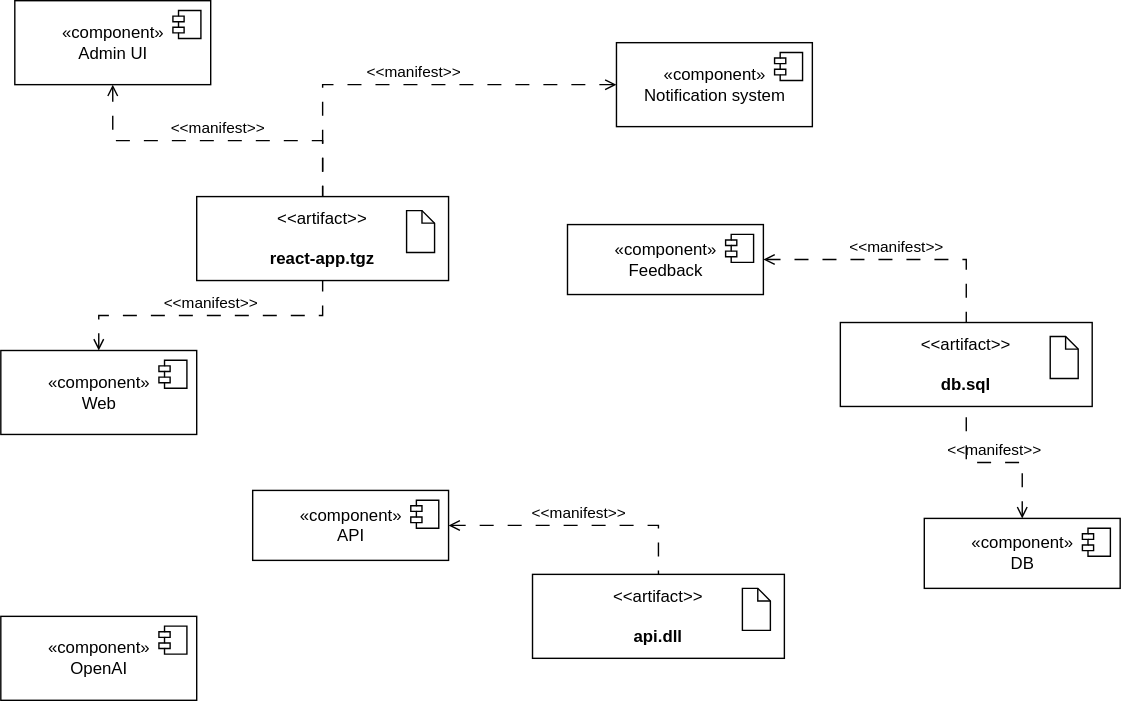
The draw.io diagram lab2diags/PhysicalView/artifact-component.drawio.svg in piatrashkakanstantinass/psi2, before a commit. Source tidied: cells renumbered, new cells last; positions are measured from the earlier drawing's top-left corner, leaving out a move shared by most shapes.
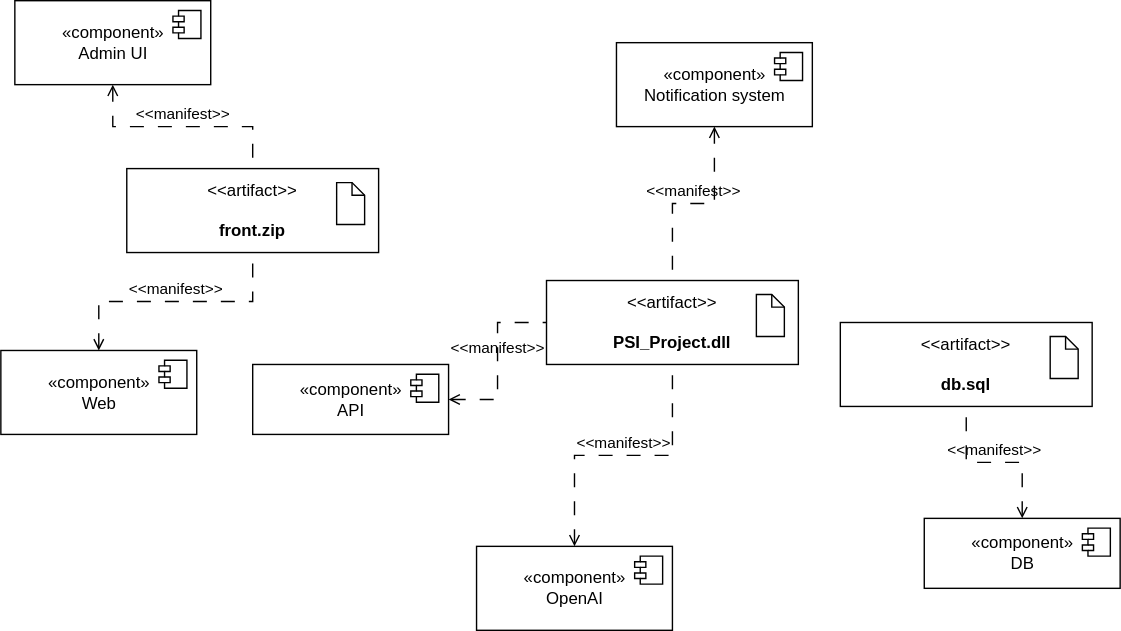
Above is the later version.

Commit message:
updated diagrams, fixed mistakes

What changed in the source:
```diff
@@ -2,127 +2,116 @@
   <root>
     <mxCell id="0" />
     <mxCell id="1" parent="0" />
-    <mxCell id="2" style="group;" parent="1" vertex="1">
-      <mxGeometry x="140" y="140" width="180" height="60" as="geometry" />
-    </mxCell>
-    <mxCell id="3" value="&amp;lt;&amp;lt;artifact&amp;gt;&amp;gt;&lt;br&gt;&lt;br&gt;&lt;b&gt;react-app.tgz&lt;/b&gt;" style="html=1;align=center;verticalAlign=middle;dashed=0;whiteSpace=wrap;" parent="2" vertex="1">
-      <mxGeometry width="180" height="60" as="geometry" />
-    </mxCell>
-    <mxCell id="4" style="shape=note2;size=9;html=1;" parent="2" vertex="1">
-      <mxGeometry x="150" y="10" width="20" height="30" as="geometry" />
-    </mxCell>
+    <mxCell id="38" style="group;" parent="1" vertex="1">
+      <mxGeometry x="90" y="120" width="180" height="60" as="geometry" />
+    </mxCell>
+    <mxCell id="39" value="&amp;lt;&amp;lt;artifact&amp;gt;&amp;gt;&lt;br&gt;&lt;br&gt;&lt;b&gt;front.zip&lt;/b&gt;" style="html=1;align=center;verticalAlign=middle;dashed=0;whiteSpace=wrap;" parent="38" vertex="1">
+      <mxGeometry width="180" height="60" as="geometry" />
+    </mxCell>
+    <mxCell id="40" style="shape=note2;size=9;html=1;" parent="38" vertex="1">
+      <mxGeometry x="150" y="10" width="20" height="30" as="geometry" />
+    </mxCell>
     <mxCell id="5" style="group;" parent="1" vertex="1">
       <mxGeometry x="600" y="230" width="180" height="60" as="geometry" />
     </mxCell>
     <mxCell id="6" value="&amp;lt;&amp;lt;artifact&amp;gt;&amp;gt;&lt;br&gt;&lt;br&gt;&lt;b&gt;db.sql&lt;/b&gt;" style="html=1;align=center;verticalAlign=middle;dashed=0;whiteSpace=wrap;" parent="5" vertex="1">
       <mxGeometry width="180" height="60" as="geometry" />
     </mxCell>
-    <mxCell id="7" style="shape=note2;size=9;html=1;" parent="5" vertex="1">
-      <mxGeometry x="150" y="10" width="20" height="30" as="geometry" />
-    </mxCell>
-    <mxCell id="8" style="group;" parent="1" vertex="1">
-      <mxGeometry x="380" y="410" width="180" height="60" as="geometry" />
-    </mxCell>
-    <mxCell id="9" value="&amp;lt;&amp;lt;artifact&amp;gt;&amp;gt;&lt;br&gt;&lt;br&gt;&lt;b&gt;api.dll&lt;/b&gt;" style="html=1;align=center;verticalAlign=middle;dashed=0;whiteSpace=wrap;" parent="8" vertex="1">
-      <mxGeometry width="180" height="60" as="geometry" />
-    </mxCell>
-    <mxCell id="10" style="shape=note2;size=9;html=1;" parent="8" vertex="1">
-      <mxGeometry x="150" y="10" width="20" height="30" as="geometry" />
-    </mxCell>
-    <mxCell id="11" value="&amp;lt;&amp;lt;manifest&amp;gt;&amp;gt;" style="endArrow=none;startArrow=open;endFill=0;startFill=0;endSize=8;html=1;verticalAlign=bottom;dashed=1;labelBackgroundColor=none;dashPattern=10 10;rounded=0;edgeStyle=orthogonalEdgeStyle;" parent="1" edge="1" source="15" target="3">
-      <mxGeometry relative="1" as="geometry" />
-    </mxCell>
+    <mxCell id="41" style="shape=note2;size=9;html=1;" parent="5" vertex="1">
+      <mxGeometry x="150" y="10" width="20" height="30" as="geometry" />
+    </mxCell>
+    <mxCell id="42" style="group;" parent="1" vertex="1">
+      <mxGeometry x="390" y="200" width="180" height="60" as="geometry" />
+    </mxCell>
+    <mxCell id="43" value="&amp;lt;&amp;lt;artifact&amp;gt;&amp;gt;&lt;br&gt;&lt;br&gt;&lt;b&gt;PSI_Project.dll&lt;/b&gt;" style="html=1;align=center;verticalAlign=middle;dashed=0;whiteSpace=wrap;" parent="42" vertex="1">
+      <mxGeometry width="180" height="60" as="geometry" />
+    </mxCell>
+    <mxCell id="44" style="shape=note2;size=9;html=1;" parent="42" vertex="1">
+      <mxGeometry x="150" y="10" width="20" height="30" as="geometry" />
+    </mxCell>
+    <mxCell id="45" value="&amp;lt;&amp;lt;manifest&amp;gt;&amp;gt;" style="endArrow=none;startArrow=open;endFill=0;startFill=0;endSize=8;html=1;verticalAlign=bottom;dashed=1;labelBackgroundColor=none;dashPattern=10 10;rounded=0;edgeStyle=orthogonalEdgeStyle;" parent="1" edge="1" source="15" target="39">
+      <mxGeometry relative="1" as="geometry" />
+    </mxCell>
     <mxCell id="12" value="&amp;lt;&amp;lt;manifest&amp;gt;&amp;gt;" style="endArrow=none;startArrow=open;endFill=0;startFill=0;endSize=8;html=1;verticalAlign=bottom;dashed=1;labelBackgroundColor=none;dashPattern=10 10;rounded=0;edgeStyle=orthogonalEdgeStyle;" parent="1" edge="1" source="18" target="6">
       <mxGeometry relative="1" as="geometry" />
     </mxCell>
-    <mxCell id="13" value="&amp;lt;&amp;lt;manifest&amp;gt;&amp;gt;" style="endArrow=none;startArrow=open;endFill=0;startFill=0;endSize=8;html=1;verticalAlign=bottom;dashed=1;labelBackgroundColor=none;dashPattern=10 10;rounded=0;edgeStyle=orthogonalEdgeStyle;" parent="1" edge="1" source="25" target="9">
-      <mxGeometry relative="1" as="geometry" />
-    </mxCell>
+    <mxCell id="46" value="&amp;lt;&amp;lt;manifest&amp;gt;&amp;gt;" style="endArrow=none;startArrow=open;endFill=0;startFill=0;endSize=8;html=1;verticalAlign=bottom;dashed=1;labelBackgroundColor=none;dashPattern=10 10;rounded=0;edgeStyle=orthogonalEdgeStyle;" parent="1" edge="1" source="25" target="43">
+      <mxGeometry relative="1" as="geometry" />
+    </mxCell>
     <mxCell id="14" style="group;" parent="1" vertex="1">
       <mxGeometry y="250" width="140" height="60" as="geometry" />
     </mxCell>
     <mxCell id="15" value="«component»&lt;br&gt;Web" style="html=1;" parent="14" vertex="1">
       <mxGeometry width="140" height="60" as="geometry" />
     </mxCell>
-    <mxCell id="16" style="shape=module;jettyWidth=8;jettyHeight=4;" parent="14" vertex="1">
-      <mxGeometry x="113" y="7" width="20" height="20" as="geometry">
-        <mxPoint x="-27" y="7" as="offset" />
-      </mxGeometry>
-    </mxCell>
+    <mxCell id="47" style="shape=module;jettyWidth=8;jettyHeight=4;" parent="14" vertex="1">
+      <mxGeometry x="113" y="7" width="20" height="20" as="geometry">
+        <mxPoint x="-27" y="7" as="offset" />
+      </mxGeometry>
+    </mxCell>
     <mxCell id="17" style="group;" parent="1" vertex="1">
       <mxGeometry x="660" y="370" width="140" height="50" as="geometry" />
     </mxCell>
     <mxCell id="18" value="«component»&lt;br&gt;DB" style="html=1;" parent="17" vertex="1">
       <mxGeometry width="140" height="50" as="geometry" />
     </mxCell>
-    <mxCell id="19" style="shape=module;jettyWidth=8;jettyHeight=4;" parent="17" vertex="1">
-      <mxGeometry x="113" y="7" width="20" height="20" as="geometry">
-        <mxPoint x="-27" y="7" as="offset" />
-      </mxGeometry>
-    </mxCell>
-    <mxCell id="20" style="group;" parent="1" vertex="1">
-      <mxGeometry x="405" y="160" width="140" height="50" as="geometry" />
-    </mxCell>
-    <mxCell id="21" value="«component»&lt;br&gt;Feedback" style="html=1;" parent="20" vertex="1">
-      <mxGeometry width="140" height="50" as="geometry" />
-    </mxCell>
-    <mxCell id="22" style="shape=module;jettyWidth=8;jettyHeight=4;" parent="20" vertex="1">
-      <mxGeometry x="113" y="7" width="20" height="20" as="geometry">
-        <mxPoint x="-27" y="7" as="offset" />
-      </mxGeometry>
-    </mxCell>
-    <mxCell id="23" value="&amp;lt;&amp;lt;manifest&amp;gt;&amp;gt;" style="endArrow=none;startArrow=open;endFill=0;startFill=0;endSize=8;html=1;verticalAlign=bottom;dashed=1;labelBackgroundColor=none;dashPattern=10 10;rounded=0;edgeStyle=orthogonalEdgeStyle;" parent="1" edge="1" source="21" target="6">
-      <mxGeometry relative="1" as="geometry" />
-    </mxCell>
-    <mxCell id="24" style="group;" parent="1" vertex="1">
-      <mxGeometry x="180" y="350" width="140" height="50" as="geometry" />
-    </mxCell>
+    <mxCell id="48" style="shape=module;jettyWidth=8;jettyHeight=4;" parent="17" vertex="1">
+      <mxGeometry x="113" y="7" width="20" height="20" as="geometry">
+        <mxPoint x="-27" y="7" as="offset" />
+      </mxGeometry>
+    </mxCell>
+    <mxCell id="49" style="group;" parent="1" vertex="1">
+      <mxGeometry x="180" y="260" width="140" height="50" as="geometry" />
+    </mxCell>
-    <mxCell id="25" value="«component»&lt;br&gt;API" style="html=1;" parent="24" vertex="1">
+    <mxCell id="25" value="«component»&lt;br&gt;API" style="html=1;" parent="49" vertex="1">
       <mxGeometry width="140" height="50" as="geometry" />
     </mxCell>
-    <mxCell id="26" style="shape=module;jettyWidth=8;jettyHeight=4;" parent="24" vertex="1">
-      <mxGeometry x="113" y="7" width="20" height="20" as="geometry">
-        <mxPoint x="-27" y="7" as="offset" />
-      </mxGeometry>
-    </mxCell>
+    <mxCell id="50" style="shape=module;jettyWidth=8;jettyHeight=4;" parent="49" vertex="1">
+      <mxGeometry x="113" y="7" width="20" height="20" as="geometry">
+        <mxPoint x="-27" y="7" as="offset" />
+      </mxGeometry>
+    </mxCell>
     <mxCell id="27" style="group;" parent="1" vertex="1">
       <mxGeometry x="10" width="140" height="60" as="geometry" />
     </mxCell>
     <mxCell id="28" value="«component»&lt;br&gt;Admin UI" style="html=1;" parent="27" vertex="1">
       <mxGeometry width="140" height="60" as="geometry" />
     </mxCell>
-    <mxCell id="29" style="shape=module;jettyWidth=8;jettyHeight=4;" parent="27" vertex="1">
-      <mxGeometry x="113" y="7" width="20" height="20" as="geometry">
-        <mxPoint x="-27" y="7" as="offset" />
-      </mxGeometry>
-    </mxCell>
-    <mxCell id="30" value="&amp;lt;&amp;lt;manifest&amp;gt;&amp;gt;" style="endArrow=none;startArrow=open;endFill=0;startFill=0;endSize=8;html=1;verticalAlign=bottom;dashed=1;labelBackgroundColor=none;dashPattern=10 10;rounded=0;edgeStyle=orthogonalEdgeStyle;" parent="1" edge="1" source="28" target="3">
-      <mxGeometry relative="1" as="geometry" />
-    </mxCell>
+    <mxCell id="51" style="shape=module;jettyWidth=8;jettyHeight=4;" parent="27" vertex="1">
+      <mxGeometry x="113" y="7" width="20" height="20" as="geometry">
+        <mxPoint x="-27" y="7" as="offset" />
+      </mxGeometry>
+    </mxCell>
+    <mxCell id="52" value="&amp;lt;&amp;lt;manifest&amp;gt;&amp;gt;" style="endArrow=none;startArrow=open;endFill=0;startFill=0;endSize=8;html=1;verticalAlign=bottom;dashed=1;labelBackgroundColor=none;dashPattern=10 10;rounded=0;edgeStyle=orthogonalEdgeStyle;" parent="1" edge="1" source="28" target="39">
+      <mxGeometry relative="1" as="geometry" />
+    </mxCell>
     <mxCell id="31" style="group;" parent="1" vertex="1">
       <mxGeometry x="440" y="30" width="140" height="60" as="geometry" />
     </mxCell>
     <mxCell id="32" value="«component»&lt;br&gt;Notification system" style="html=1;" parent="31" vertex="1">
       <mxGeometry width="140" height="60" as="geometry" />
     </mxCell>
-    <mxCell id="33" style="shape=module;jettyWidth=8;jettyHeight=4;" parent="31" vertex="1">
-      <mxGeometry x="113" y="7" width="20" height="20" as="geometry">
-        <mxPoint x="-27" y="7" as="offset" />
-      </mxGeometry>
-    </mxCell>
-    <mxCell id="34" style="group;" parent="1" vertex="1">
-      <mxGeometry y="440" width="140" height="60" as="geometry" />
-    </mxCell>
+    <mxCell id="53" style="shape=module;jettyWidth=8;jettyHeight=4;" parent="31" vertex="1">
+      <mxGeometry x="113" y="7" width="20" height="20" as="geometry">
+        <mxPoint x="-27" y="7" as="offset" />
+      </mxGeometry>
+    </mxCell>
+    <mxCell id="54" style="group;" parent="1" vertex="1">
+      <mxGeometry x="340" y="390" width="140" height="60" as="geometry" />
+    </mxCell>
-    <mxCell id="35" value="«component»&lt;br&gt;OpenAI" style="html=1;" parent="34" vertex="1">
+    <mxCell id="35" value="«component»&lt;br&gt;OpenAI" style="html=1;" parent="54" vertex="1">
       <mxGeometry width="140" height="60" as="geometry" />
     </mxCell>
-    <mxCell id="36" style="shape=module;jettyWidth=8;jettyHeight=4;" parent="34" vertex="1">
-      <mxGeometry x="113" y="7" width="20" height="20" as="geometry">
-        <mxPoint x="-27" y="7" as="offset" />
-      </mxGeometry>
-    </mxCell>
-    <mxCell id="37" value="&amp;lt;&amp;lt;manifest&amp;gt;&amp;gt;" style="endArrow=none;startArrow=open;endFill=0;startFill=0;endSize=8;html=1;verticalAlign=bottom;dashed=1;labelBackgroundColor=none;dashPattern=10 10;rounded=0;edgeStyle=orthogonalEdgeStyle;" parent="1" edge="1" source="32" target="3">
-      <mxGeometry relative="1" as="geometry" />
-    </mxCell>
+    <mxCell id="55" style="shape=module;jettyWidth=8;jettyHeight=4;" parent="54" vertex="1">
+      <mxGeometry x="113" y="7" width="20" height="20" as="geometry">
+        <mxPoint x="-27" y="7" as="offset" />
+      </mxGeometry>
+    </mxCell>
+    <mxCell id="56" value="&amp;lt;&amp;lt;manifest&amp;gt;&amp;gt;" style="endArrow=none;startArrow=open;endFill=0;startFill=0;endSize=8;html=1;verticalAlign=bottom;dashed=1;labelBackgroundColor=none;dashPattern=10 10;rounded=0;edgeStyle=orthogonalEdgeStyle;" parent="1" edge="1" source="32" target="43">
+      <mxGeometry relative="1" as="geometry" />
+    </mxCell>
+    <mxCell id="57" value="&amp;lt;&amp;lt;manifest&amp;gt;&amp;gt;" style="endArrow=none;startArrow=open;endFill=0;startFill=0;endSize=8;html=1;verticalAlign=bottom;dashed=1;labelBackgroundColor=none;dashPattern=10 10;rounded=0;edgeStyle=orthogonalEdgeStyle;" parent="1" edge="1" source="35" target="43">
+      <mxGeometry relative="1" as="geometry" />
+    </mxCell>
   </root>
 </mxGraphModel>
```
